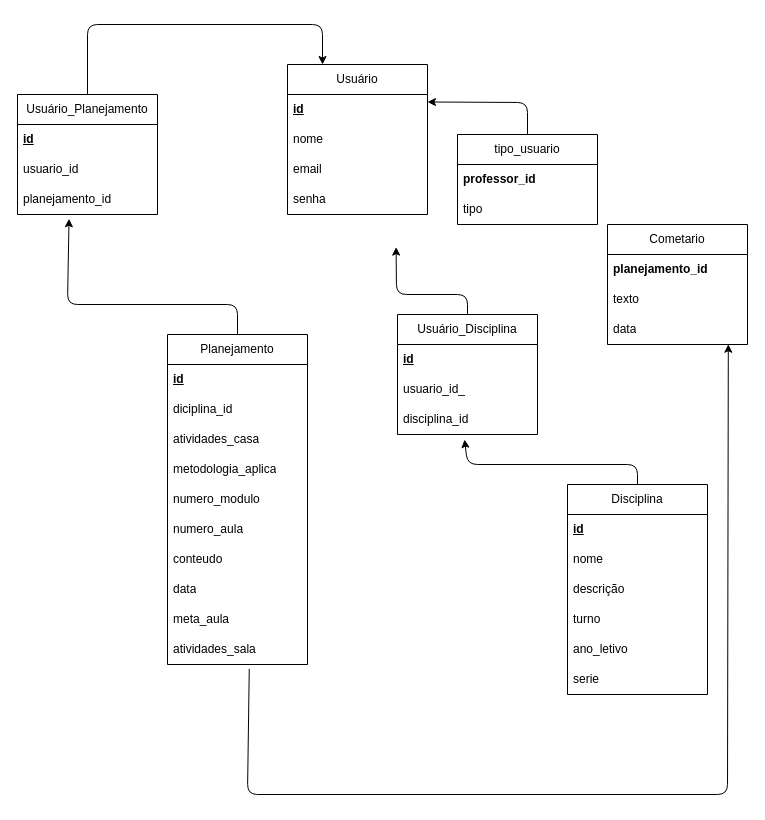
Before: ML.drawio in ecaf1/PofretrackDBDesign, a draw.io diagram. Source tidied: cells renumbered, new cells numbered last; positions are measured from the earlier drawing's top-left corner, leaving out a move shared by most shapes. Both pictures are drawn from the tidied source at 100%, with x=0, y=0 at pixel (17, 24).
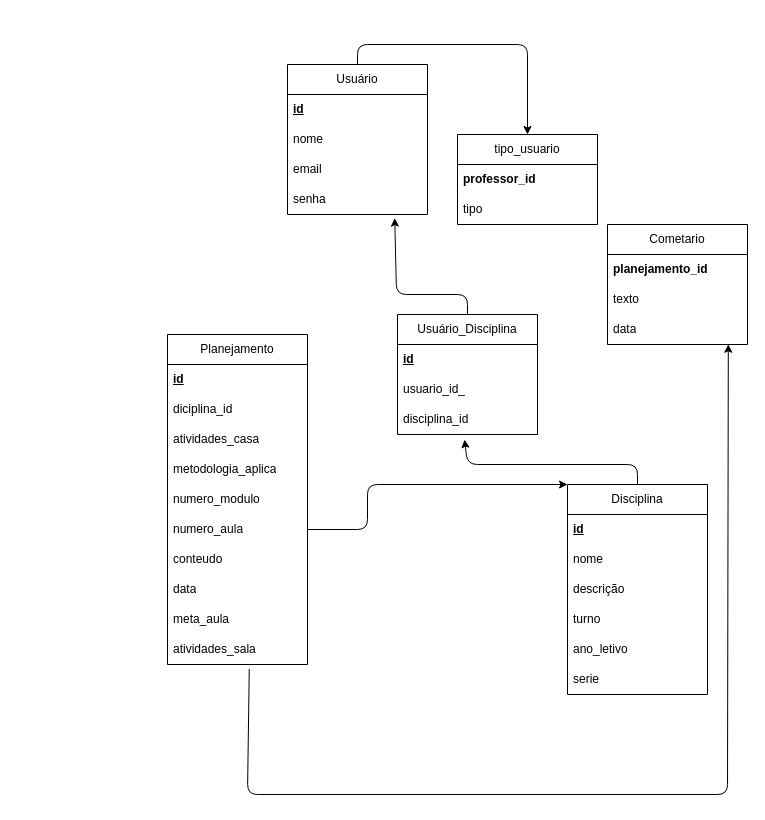
The same diagram, later.

Unchanged cells that the change refers to:
```xml
<mxCell id="2" value="Usuário" style="swimlane;fontStyle=0;horizontal=1;startSize=30;whiteSpace=wrap;html=1;" parent="1" vertex="1">
  <mxGeometry x="270" y="40" width="140" height="150" as="geometry" />
</mxCell>
<mxCell id="6" value="senha" style="text;strokeColor=none;fillColor=none;align=left;verticalAlign=middle;spacingLeft=4;spacingRight=4;overflow=hidden;points=[[0,0.5],[1,0.5]];portConstraint=eastwest;whiteSpace=wrap;html=1;" parent="2" vertex="1">
  <mxGeometry y="120" width="140" height="30" as="geometry" />
</mxCell>
<mxCell id="12" value="Disciplina" style="swimlane;fontStyle=0;horizontal=1;startSize=30;whiteSpace=wrap;html=1;" parent="1" vertex="1">
  <mxGeometry x="550" y="460" width="140" height="210" as="geometry" />
</mxCell>
<mxCell id="20" value="Planejamento" style="swimlane;fontStyle=0;horizontal=1;startSize=30;whiteSpace=wrap;html=1;" parent="1" vertex="1">
  <mxGeometry x="150" y="310" width="140" height="330" as="geometry" />
</mxCell>
<mxCell id="26" value="&lt;span style=&quot;text-align: center;&quot;&gt;numero_aula&lt;/span&gt;" style="text;strokeColor=none;fillColor=none;align=left;verticalAlign=middle;spacingLeft=4;spacingRight=4;overflow=hidden;points=[[0,0.5],[1,0.5]];portConstraint=eastwest;whiteSpace=wrap;html=1;" parent="20" vertex="1">
  <mxGeometry y="180" width="140" height="30" as="geometry" />
</mxCell>
<mxCell id="37" value="Usuário_Disciplina" style="swimlane;fontStyle=0;horizontal=1;startSize=30;whiteSpace=wrap;html=1;" parent="1" vertex="1">
  <mxGeometry x="380" y="290" width="140" height="120" as="geometry" />
</mxCell>
<mxCell id="43" value="tipo_usuario" style="swimlane;fontStyle=0;horizontal=1;startSize=30;whiteSpace=wrap;html=1;" parent="1" vertex="1">
  <mxGeometry x="440" y="110" width="140" height="90" as="geometry" />
</mxCell>
```

Change to the diagram source:
```diff
@@
+    <mxCell id="46" style="edgeStyle=none;html=1;exitX=0.5;exitY=0;exitDx=0;exitDy=0;entryX=0.5;entryY=0;entryDx=0;entryDy=0;" parent="1" edge="1" source="2" target="43">
+      <mxGeometry relative="1" as="geometry">
+        <Array as="points">
+          <mxPoint x="340" y="20" />
+          <mxPoint x="510" y="20" />
+        </Array>
+      </mxGeometry>
+    </mxCell>
@@
-    <mxCell id="19" style="edgeStyle=none;html=1;exitX=0.5;exitY=0;exitDx=0;exitDy=0;entryX=0.368;entryY=1.142;entryDx=0;entryDy=0;entryPerimeter=0;" parent="1" edge="1" source="20" target="35">
-      <mxGeometry relative="1" as="geometry">
-        <Array as="points">
-          <mxPoint x="220" y="280" />
-          <mxPoint x="50" y="280" />
-        </Array>
-      </mxGeometry>
-    </mxCell>
@@
-    <mxCell id="31" style="edgeStyle=none;html=1;exitX=0.5;exitY=0;exitDx=0;exitDy=0;entryX=0.25;entryY=0;entryDx=0;entryDy=0;" parent="1" edge="1" source="32" target="2">
-      <mxGeometry relative="1" as="geometry">
-        <Array as="points">
-          <mxPoint x="70" />
-          <mxPoint x="305" />
-        </Array>
-      </mxGeometry>
-    </mxCell>
-    <mxCell id="32" value="Usuário_Planejamento" style="swimlane;fontStyle=0;horizontal=1;startSize=30;whiteSpace=wrap;html=1;" parent="1" vertex="1">
-      <mxGeometry y="70" width="140" height="120" as="geometry" />
-    </mxCell>
-    <mxCell id="33" value="&lt;u&gt;&lt;b&gt;id&lt;/b&gt;&lt;/u&gt;" style="text;strokeColor=none;fillColor=none;align=left;verticalAlign=middle;spacingLeft=4;spacingRight=4;overflow=hidden;whiteSpace=wrap;html=1;" parent="32" vertex="1">
-      <mxGeometry y="30" width="140" height="30" as="geometry" />
-    </mxCell>
-    <mxCell id="34" value="usuario_id" style="text;strokeColor=none;fillColor=none;align=left;verticalAlign=middle;spacingLeft=4;spacingRight=4;overflow=hidden;whiteSpace=wrap;html=1;" parent="32" vertex="1">
-      <mxGeometry y="60" width="140" height="30" as="geometry" />
-    </mxCell>
-    <mxCell id="35" value="planejamento_id" style="text;strokeColor=none;fillColor=none;align=left;verticalAlign=middle;spacingLeft=4;spacingRight=4;overflow=hidden;points=[[0,0.5],[1,0.5]];portConstraint=eastwest;whiteSpace=wrap;html=1;" parent="32" vertex="1">
-      <mxGeometry y="90" width="140" height="30" as="geometry" />
-    </mxCell>
-    <mxCell id="36" style="edgeStyle=none;html=1;exitX=0.5;exitY=0;exitDx=0;exitDy=0;entryX=0.776;entryY=1.086;entryDx=0;entryDy=0;entryPerimeter=0;" parent="1" edge="1" source="37">
+    <mxCell id="36" style="edgeStyle=none;html=1;exitX=0.5;exitY=0;exitDx=0;exitDy=0;entryX=0.766;entryY=1.12;entryDx=0;entryDy=0;entryPerimeter=0;" parent="1" edge="1" source="37" target="6">
       <mxGeometry relative="1" as="geometry">
-        <mxPoint x="378.6" y="222.6" as="targetPoint" />
         <Array as="points">
           <mxPoint x="450" y="270" />
           <mxPoint x="379" y="270" />
         </Array>
       </mxGeometry>
     </mxCell>
@@
-    <mxCell id="42" style="edgeStyle=none;html=1;exitX=0.5;exitY=0;exitDx=0;exitDy=0;entryX=1;entryY=0.25;entryDx=0;entryDy=0;" parent="1" edge="1" source="43" target="2">
-      <mxGeometry relative="1" as="geometry">
-        <Array as="points">
-          <mxPoint x="510" y="78" />
-        </Array>
-      </mxGeometry>
-    </mxCell>
@@
+    <mxCell id="47" style="edgeStyle=none;html=1;exitX=1;exitY=0.5;exitDx=0;exitDy=0;entryX=0;entryY=0;entryDx=0;entryDy=0;" parent="1" edge="1" source="26" target="12">
+      <mxGeometry relative="1" as="geometry">
+        <Array as="points">
+          <mxPoint x="350" y="505" />
+          <mxPoint x="350" y="460" />
+        </Array>
+      </mxGeometry>
+    </mxCell>
```
